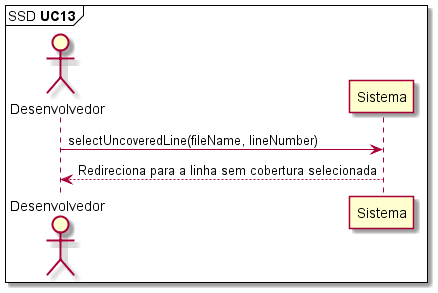
Above: Artefatos/Diagram de Sequência de Sistema/Imagens/SSD-UC13.png in ICEI-PUC-Minas-PPLES-TI/plf-es-2022-1-tcci-5308100-dev-arthur-rocha-guilherme-oliveira (PlantUML), before the change.
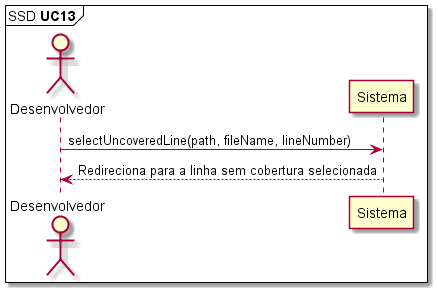
After the commit.

Commit message:
:books: docs: Updating UC13 SSD diagram

Change to the diagram source:
```diff
@@ -6,7 +6,7 @@
 actor       Desenvolvedor as Dev
 participant Sistema       as System
 
-Dev -> System: selectUncoveredLine(fileName, lineNumber)
+Dev -> System: selectUncoveredLine(path, fileName, lineNumber)
 Dev <-- System: Redireciona para a linha sem cobertura selecionada
 
 @enduml
```
